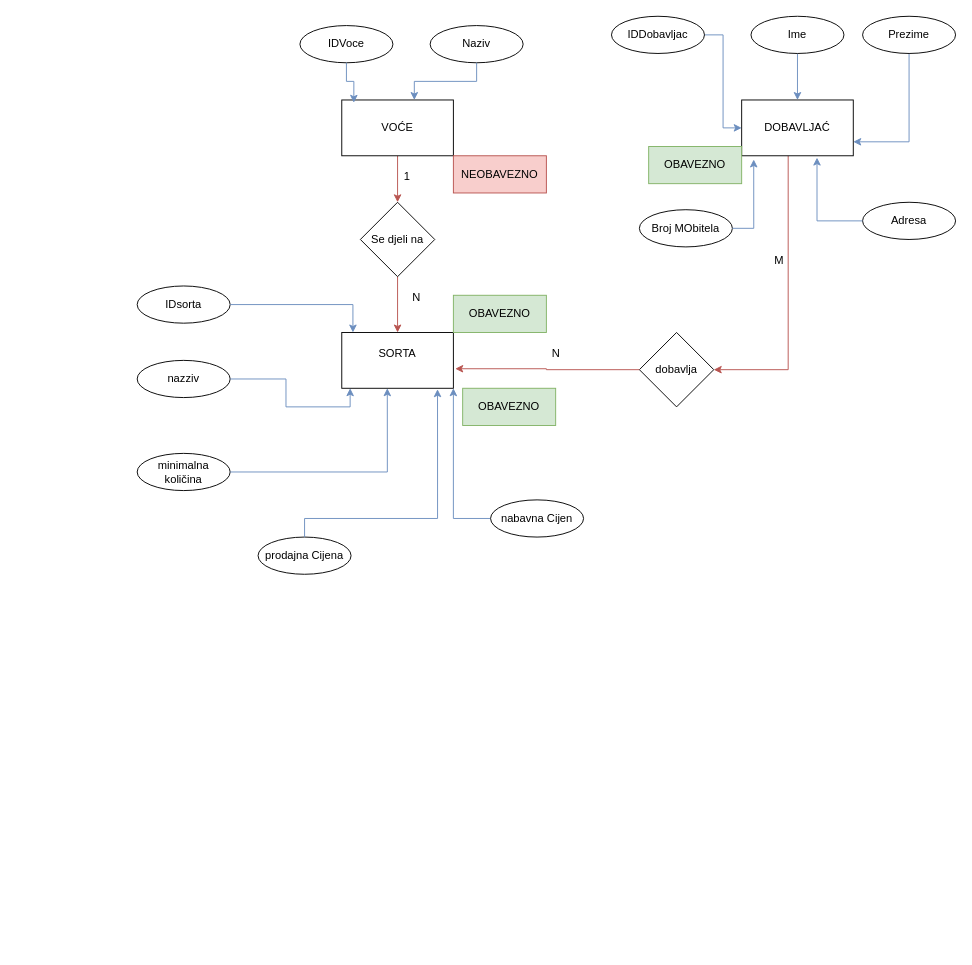
The draw.io diagram Untitled Diagram.drawio in 1v00v1/24.03, before the edit. Source tidied: cells renumbered, new cells numbered last; positions are measured from the earlier drawing's top-left corner, leaving out a move shared by most shapes. Both pictures are drawn from the tidied source at 93%, with x=0, y=0 at pixel (137, 16).
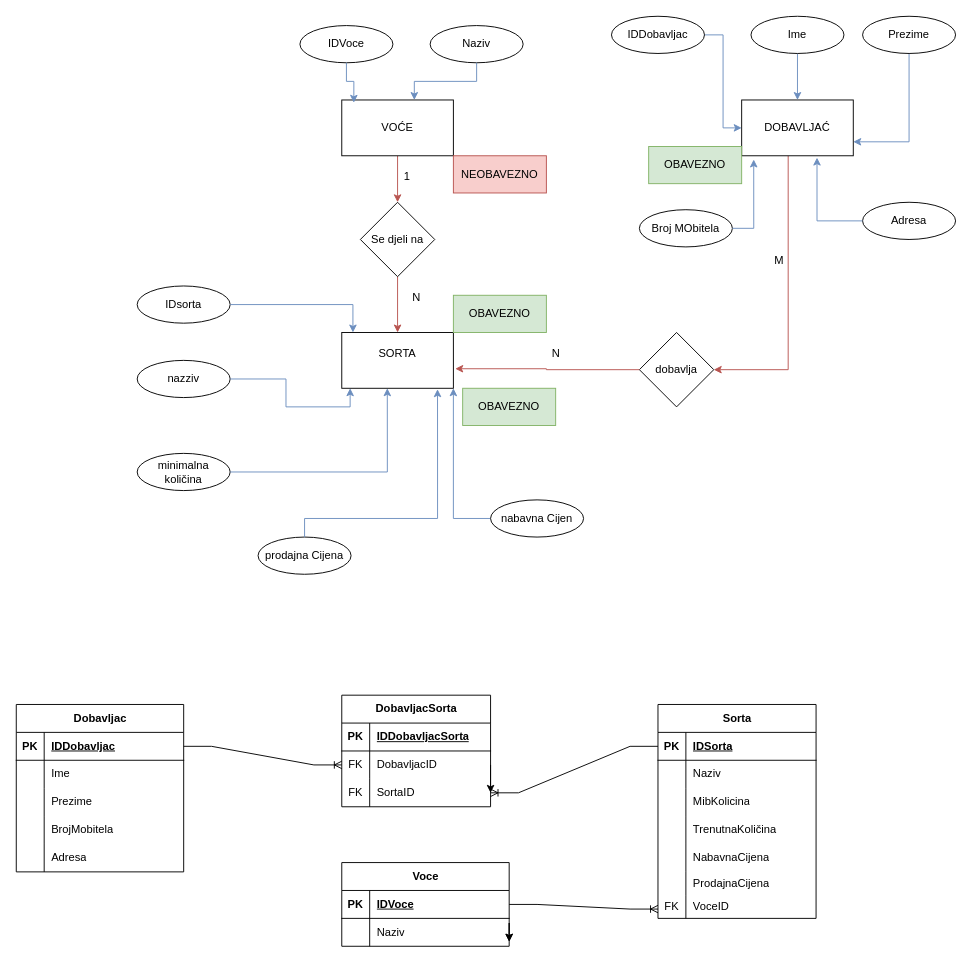
Above is the later version.

What changed in the source:
```diff
@@
+    <mxCell id="43" style="edgeStyle=orthogonalEdgeStyle;rounded=0;jettySize=auto;html=1;exitX=1;exitY=0.5;exitDx=0;exitDy=0;entryX=1;entryY=0.5;entryDx=0;entryDy=0;" parent="1" edge="1" source="95" target="98">
+      <mxGeometry relative="1" as="geometry" />
+    </mxCell>
@@
+    <mxCell id="44" value="Dobavljac" style="shape=table;startSize=30;childLayout=tableLayout;rowLines=0;fontStyle=1;align=center;html=1;" parent="1" vertex="1">
+      <mxGeometry x="-130" y="740" width="180" height="180" as="geometry" />
+    </mxCell>
+    <mxCell id="45" style="shape=tableRow;horizontal=0;startSize=0;swimlaneHead=0;swimlaneBody=0;fillColor=none;points=[[0,0.5],[1,0.5]];portConstraint=eastwest;top=0;left=0;right=0;bottom=1;" parent="44" vertex="1">
+      <mxGeometry y="30" width="180" height="30" as="geometry" />
+    </mxCell>
+    <mxCell id="46" value="PK" style="shape=partialRectangle;fillColor=none;top=0;left=0;bottom=0;right=0;fontStyle=1;overflow=hidden;whiteSpace=wrap;html=1;" parent="45" vertex="1">
+      <mxGeometry width="30" height="30" as="geometry" />
+    </mxCell>
+    <mxCell id="47" value="IDDobavljac" style="shape=partialRectangle;fillColor=none;top=0;left=0;bottom=0;right=0;align=left;spacingLeft=6;fontStyle=5;overflow=hidden;whiteSpace=wrap;html=1;" parent="45" vertex="1">
+      <mxGeometry x="30" width="150" height="30" as="geometry" />
+    </mxCell>
+    <mxCell id="48" style="shape=tableRow;horizontal=0;startSize=0;swimlaneHead=0;swimlaneBody=0;fillColor=none;top=0;left=0;right=0;bottom=0;" parent="44" vertex="1">
+      <mxGeometry y="60" width="180" height="30" as="geometry" />
+    </mxCell>
+    <mxCell id="49" style="shape=partialRectangle;fillColor=none;top=0;left=0;bottom=0;right=0;overflow=hidden;whiteSpace=wrap;html=1;" parent="48" vertex="1">
+      <mxGeometry width="30" height="30" as="geometry" />
+    </mxCell>
+    <mxCell id="50" value="&lt;div&gt;Ime&lt;/div&gt;" style="shape=partialRectangle;fillColor=none;top=0;left=0;bottom=0;right=0;align=left;spacingLeft=6;overflow=hidden;whiteSpace=wrap;html=1;" parent="48" vertex="1">
+      <mxGeometry x="30" width="150" height="30" as="geometry" />
+    </mxCell>
+    <mxCell id="51" style="shape=tableRow;horizontal=0;startSize=0;swimlaneHead=0;swimlaneBody=0;fillColor=none;top=0;left=0;right=0;bottom=0;" parent="44" vertex="1">
+      <mxGeometry y="90" width="180" height="30" as="geometry" />
+    </mxCell>
+    <mxCell id="52" style="shape=partialRectangle;fillColor=none;top=0;left=0;bottom=0;right=0;overflow=hidden;whiteSpace=wrap;html=1;" parent="51" vertex="1">
+      <mxGeometry width="30" height="30" as="geometry" />
+    </mxCell>
+    <mxCell id="53" value="Prezime" style="shape=partialRectangle;fillColor=none;top=0;left=0;bottom=0;right=0;align=left;spacingLeft=6;overflow=hidden;whiteSpace=wrap;html=1;" parent="51" vertex="1">
+      <mxGeometry x="30" width="150" height="30" as="geometry" />
+    </mxCell>
+    <mxCell id="54" style="shape=tableRow;horizontal=0;startSize=0;swimlaneHead=0;swimlaneBody=0;fillColor=none;top=0;left=0;right=0;bottom=0;" parent="44" vertex="1">
+      <mxGeometry y="120" width="180" height="30" as="geometry" />
+    </mxCell>
+    <mxCell id="55" style="shape=partialRectangle;fillColor=none;top=0;left=0;bottom=0;right=0;overflow=hidden;whiteSpace=wrap;html=1;" parent="54" vertex="1">
+      <mxGeometry width="30" height="30" as="geometry" />
+    </mxCell>
+    <mxCell id="56" value="BrojMobitela" style="shape=partialRectangle;fillColor=none;top=0;left=0;bottom=0;right=0;align=left;spacingLeft=6;overflow=hidden;whiteSpace=wrap;html=1;" parent="54" vertex="1">
+      <mxGeometry x="30" width="150" height="30" as="geometry" />
+    </mxCell>
+    <mxCell id="57" style="shape=tableRow;horizontal=0;startSize=0;swimlaneHead=0;swimlaneBody=0;fillColor=none;top=0;left=0;right=0;bottom=0;" parent="44" vertex="1">
+      <mxGeometry y="150" width="180" height="30" as="geometry" />
+    </mxCell>
+    <mxCell id="58" style="shape=partialRectangle;fillColor=none;top=0;left=0;bottom=0;right=0;overflow=hidden;whiteSpace=wrap;html=1;" parent="57" vertex="1">
+      <mxGeometry width="30" height="30" as="geometry" />
+    </mxCell>
+    <mxCell id="59" value="Adresa" style="shape=partialRectangle;fillColor=none;top=0;left=0;bottom=0;right=0;align=left;spacingLeft=6;overflow=hidden;whiteSpace=wrap;html=1;" parent="57" vertex="1">
+      <mxGeometry x="30" width="150" height="30" as="geometry" />
+    </mxCell>
+    <mxCell id="60" value="Sorta" style="shape=table;startSize=30;childLayout=tableLayout;rowLines=0;fontStyle=1;align=center;html=1;" parent="1" vertex="1">
+      <mxGeometry x="560" y="740" width="170" height="230" as="geometry" />
+    </mxCell>
+    <mxCell id="61" style="shape=tableRow;horizontal=0;startSize=0;swimlaneHead=0;swimlaneBody=0;fillColor=none;points=[[0,0.5],[1,0.5]];portConstraint=eastwest;top=0;left=0;right=0;bottom=1;" parent="60" vertex="1">
+      <mxGeometry y="30" width="170" height="30" as="geometry" />
+    </mxCell>
+    <mxCell id="62" value="PK" style="shape=partialRectangle;fillColor=none;top=0;left=0;bottom=0;right=0;fontStyle=1;overflow=hidden;whiteSpace=wrap;html=1;" parent="61" vertex="1">
+      <mxGeometry width="30" height="30" as="geometry" />
+    </mxCell>
+    <mxCell id="63" value="IDSorta" style="shape=partialRectangle;fillColor=none;top=0;left=0;bottom=0;right=0;align=left;spacingLeft=6;fontStyle=5;overflow=hidden;whiteSpace=wrap;html=1;" parent="61" vertex="1">
+      <mxGeometry x="30" width="140" height="30" as="geometry" />
+    </mxCell>
+    <mxCell id="64" style="shape=tableRow;horizontal=0;startSize=0;swimlaneHead=0;swimlaneBody=0;fillColor=none;top=0;left=0;right=0;bottom=0;" parent="60" vertex="1">
+      <mxGeometry y="60" width="170" height="30" as="geometry" />
+    </mxCell>
+    <mxCell id="65" style="shape=partialRectangle;fillColor=none;top=0;left=0;bottom=0;right=0;overflow=hidden;whiteSpace=wrap;html=1;" parent="64" vertex="1">
+      <mxGeometry width="30" height="30" as="geometry" />
+    </mxCell>
+    <mxCell id="66" value="Naziv" style="shape=partialRectangle;fillColor=none;top=0;left=0;bottom=0;right=0;align=left;spacingLeft=6;overflow=hidden;whiteSpace=wrap;html=1;" parent="64" vertex="1">
+      <mxGeometry x="30" width="140" height="30" as="geometry" />
+    </mxCell>
+    <mxCell id="67" style="shape=tableRow;horizontal=0;startSize=0;swimlaneHead=0;swimlaneBody=0;fillColor=none;top=0;left=0;right=0;bottom=0;" parent="60" vertex="1">
+      <mxGeometry y="90" width="170" height="30" as="geometry" />
+    </mxCell>
+    <mxCell id="68" style="shape=partialRectangle;fillColor=none;top=0;left=0;bottom=0;right=0;overflow=hidden;whiteSpace=wrap;html=1;" parent="67" vertex="1">
+      <mxGeometry width="30" height="30" as="geometry" />
+    </mxCell>
+    <mxCell id="69" value="MibKolicina" style="shape=partialRectangle;fillColor=none;top=0;left=0;bottom=0;right=0;align=left;spacingLeft=6;overflow=hidden;whiteSpace=wrap;html=1;" parent="67" vertex="1">
+      <mxGeometry x="30" width="140" height="30" as="geometry" />
+    </mxCell>
+    <mxCell id="70" style="shape=tableRow;horizontal=0;startSize=0;swimlaneHead=0;swimlaneBody=0;fillColor=none;top=0;left=0;right=0;bottom=0;" parent="60" vertex="1">
+      <mxGeometry y="120" width="170" height="30" as="geometry" />
+    </mxCell>
+    <mxCell id="71" style="shape=partialRectangle;fillColor=none;top=0;left=0;bottom=0;right=0;overflow=hidden;whiteSpace=wrap;html=1;" parent="70" vertex="1">
+      <mxGeometry width="30" height="30" as="geometry" />
+    </mxCell>
+    <mxCell id="72" value="TrenutnaKoličina" style="shape=partialRectangle;fillColor=none;top=0;left=0;bottom=0;right=0;align=left;spacingLeft=6;overflow=hidden;whiteSpace=wrap;html=1;" parent="70" vertex="1">
+      <mxGeometry x="30" width="140" height="30" as="geometry" />
+    </mxCell>
+    <mxCell id="73" style="shape=tableRow;horizontal=0;startSize=0;swimlaneHead=0;swimlaneBody=0;fillColor=none;top=0;left=0;right=0;bottom=0;" parent="60" vertex="1">
+      <mxGeometry y="150" width="170" height="30" as="geometry" />
+    </mxCell>
+    <mxCell id="74" style="shape=partialRectangle;fillColor=none;top=0;left=0;bottom=0;right=0;overflow=hidden;whiteSpace=wrap;html=1;" parent="73" vertex="1">
+      <mxGeometry width="30" height="30" as="geometry" />
+    </mxCell>
+    <mxCell id="75" value="NabavnaCijena" style="shape=partialRectangle;fillColor=none;top=0;left=0;bottom=0;right=0;align=left;spacingLeft=6;overflow=hidden;whiteSpace=wrap;html=1;" parent="73" vertex="1">
+      <mxGeometry x="30" width="140" height="30" as="geometry" />
+    </mxCell>
+    <mxCell id="76" style="shape=tableRow;horizontal=0;startSize=0;swimlaneHead=0;swimlaneBody=0;fillColor=none;top=0;left=0;right=0;bottom=0;" parent="60" vertex="1">
+      <mxGeometry y="180" width="170" height="25" as="geometry" />
+    </mxCell>
+    <mxCell id="77" style="shape=partialRectangle;fillColor=none;top=0;left=0;bottom=0;right=0;overflow=hidden;whiteSpace=wrap;html=1;" parent="76" vertex="1">
+      <mxGeometry width="30" height="25" as="geometry" />
+    </mxCell>
+    <mxCell id="78" value="ProdajnaCijena" style="shape=partialRectangle;fillColor=none;top=0;left=0;bottom=0;right=0;align=left;spacingLeft=6;overflow=hidden;whiteSpace=wrap;html=1;" parent="76" vertex="1">
+      <mxGeometry x="30" width="140" height="25" as="geometry" />
+    </mxCell>
+    <mxCell id="79" style="shape=tableRow;horizontal=0;startSize=0;swimlaneHead=0;swimlaneBody=0;fillColor=none;top=0;left=0;right=0;bottom=0;" parent="60" vertex="1">
+      <mxGeometry y="205" width="170" height="25" as="geometry" />
+    </mxCell>
+    <mxCell id="80" value="FK" style="shape=partialRectangle;fillColor=none;top=0;left=0;bottom=0;right=0;overflow=hidden;whiteSpace=wrap;html=1;" parent="79" vertex="1">
+      <mxGeometry width="30" height="25" as="geometry" />
+    </mxCell>
+    <mxCell id="81" value="VoceID" style="shape=partialRectangle;fillColor=none;top=0;left=0;bottom=0;right=0;align=left;spacingLeft=6;overflow=hidden;whiteSpace=wrap;html=1;" parent="79" vertex="1">
+      <mxGeometry x="30" width="140" height="25" as="geometry" />
+    </mxCell>
+    <mxCell id="82" value="Voce" style="shape=table;startSize=30;childLayout=tableLayout;rowLines=0;fontStyle=1;align=center;html=1;" parent="1" vertex="1">
+      <mxGeometry x="220" y="910" width="180" height="90" as="geometry" />
+    </mxCell>
+    <mxCell id="83" style="shape=tableRow;horizontal=0;startSize=0;swimlaneHead=0;swimlaneBody=0;fillColor=none;points=[[0,0.5],[1,0.5]];portConstraint=eastwest;top=0;left=0;right=0;bottom=1;" parent="82" vertex="1">
+      <mxGeometry y="30" width="180" height="30" as="geometry" />
+    </mxCell>
+    <mxCell id="84" value="PK" style="shape=partialRectangle;fillColor=none;top=0;left=0;bottom=0;right=0;fontStyle=1;overflow=hidden;whiteSpace=wrap;html=1;" parent="83" vertex="1">
+      <mxGeometry width="30" height="30" as="geometry" />
+    </mxCell>
+    <mxCell id="85" value="IDVoce" style="shape=partialRectangle;fillColor=none;top=0;left=0;bottom=0;right=0;align=left;spacingLeft=6;fontStyle=5;overflow=hidden;whiteSpace=wrap;html=1;" parent="83" vertex="1">
+      <mxGeometry x="30" width="150" height="30" as="geometry" />
+    </mxCell>
+    <mxCell id="86" style="shape=tableRow;horizontal=0;startSize=0;swimlaneHead=0;swimlaneBody=0;fillColor=none;top=0;left=0;right=0;bottom=0;" parent="82" vertex="1">
+      <mxGeometry y="60" width="180" height="30" as="geometry" />
+    </mxCell>
+    <mxCell id="87" style="shape=partialRectangle;fillColor=none;top=0;left=0;bottom=0;right=0;overflow=hidden;whiteSpace=wrap;html=1;" parent="86" vertex="1">
+      <mxGeometry width="30" height="30" as="geometry" />
+    </mxCell>
+    <mxCell id="88" value="Naziv" style="shape=partialRectangle;fillColor=none;top=0;left=0;bottom=0;right=0;align=left;spacingLeft=6;overflow=hidden;whiteSpace=wrap;html=1;" parent="86" vertex="1">
+      <mxGeometry x="30" width="150" height="30" as="geometry" />
+    </mxCell>
+    <mxCell id="89" style="edgeStyle=orthogonalEdgeStyle;rounded=0;orthogonalLoop=1;jettySize=auto;html=1;" parent="82" edge="1">
+      <mxGeometry relative="1" as="geometry">
+        <mxPoint x="180" y="65" as="sourcePoint" />
+        <mxPoint x="180" y="85" as="targetPoint" />
+      </mxGeometry>
+    </mxCell>
+    <mxCell id="90" style="edgeStyle=orthogonalEdgeStyle;rounded=0;orthogonalLoop=1;jettySize=auto;html=1;" parent="82" edge="1">
+      <mxGeometry relative="1" as="geometry">
+        <mxPoint x="180" y="65" as="sourcePoint" />
+        <mxPoint x="180" y="85" as="targetPoint" />
+      </mxGeometry>
+    </mxCell>
+    <mxCell id="91" value="DobavljacSorta" style="shape=table;startSize=30;childLayout=tableLayout;rowLines=0;fontStyle=1;align=center;html=1;" parent="1" vertex="1">
+      <mxGeometry x="220" y="730" width="160" height="120" as="geometry" />
+    </mxCell>
+    <mxCell id="92" style="shape=tableRow;horizontal=0;startSize=0;swimlaneHead=0;swimlaneBody=0;fillColor=none;top=0;left=0;right=0;bottom=1;" parent="91" vertex="1">
+      <mxGeometry y="30" width="160" height="30" as="geometry" />
+    </mxCell>
+    <mxCell id="93" value="PK" style="shape=partialRectangle;fillColor=none;top=0;left=0;bottom=0;right=0;fontStyle=1;overflow=hidden;whiteSpace=wrap;html=1;" parent="92" vertex="1">
+      <mxGeometry width="30" height="30" as="geometry" />
+    </mxCell>
+    <mxCell id="94" value="IDDobavljacSorta" style="shape=partialRectangle;fillColor=none;top=0;left=0;bottom=0;right=0;align=left;spacingLeft=6;fontStyle=5;overflow=hidden;whiteSpace=wrap;html=1;" parent="92" vertex="1">
+      <mxGeometry x="30" width="130" height="30" as="geometry" />
+    </mxCell>
+    <mxCell id="95" style="shape=tableRow;horizontal=0;startSize=0;swimlaneHead=0;swimlaneBody=0;fillColor=none;points=[[0,0.5],[1,0.5]];portConstraint=eastwest;top=0;left=0;right=0;bottom=0;" parent="91" vertex="1">
+      <mxGeometry y="60" width="160" height="30" as="geometry" />
+    </mxCell>
+    <mxCell id="96" value="FK" style="shape=partialRectangle;fillColor=none;top=0;left=0;bottom=0;right=0;overflow=hidden;whiteSpace=wrap;html=1;" parent="95" vertex="1">
+      <mxGeometry width="30" height="30" as="geometry" />
+    </mxCell>
+    <mxCell id="97" value="DobavljacID" style="shape=partialRectangle;fillColor=none;top=0;left=0;bottom=0;right=0;align=left;spacingLeft=6;overflow=hidden;whiteSpace=wrap;html=1;" parent="95" vertex="1">
+      <mxGeometry x="30" width="130" height="30" as="geometry" />
+    </mxCell>
+    <mxCell id="98" style="shape=tableRow;horizontal=0;startSize=0;swimlaneHead=0;swimlaneBody=0;fillColor=none;points=[[0,0.5],[1,0.5]];portConstraint=eastwest;top=0;left=0;right=0;bottom=0;" parent="91" vertex="1">
+      <mxGeometry y="90" width="160" height="30" as="geometry" />
+    </mxCell>
+    <mxCell id="99" value="FK" style="shape=partialRectangle;fillColor=none;top=0;left=0;bottom=0;right=0;overflow=hidden;whiteSpace=wrap;html=1;" parent="98" vertex="1">
+      <mxGeometry width="30" height="30" as="geometry" />
+    </mxCell>
+    <mxCell id="100" value="SortaID" style="shape=partialRectangle;fillColor=none;top=0;left=0;bottom=0;right=0;align=left;spacingLeft=6;overflow=hidden;whiteSpace=wrap;html=1;" parent="98" vertex="1">
+      <mxGeometry x="30" width="130" height="30" as="geometry" />
+    </mxCell>
+    <mxCell id="101" style="edgeStyle=entityRelationEdgeStyle;fontSize=12;html=1;endArrow=ERoneToMany;rounded=0;exitX=1;exitY=0.5;exitDx=0;exitDy=0;entryX=0;entryY=0.5;entryDx=0;entryDy=0;" parent="1" edge="1" source="45" target="95">
+      <mxGeometry relative="1" as="geometry" />
+    </mxCell>
+    <mxCell id="102" style="edgeStyle=entityRelationEdgeStyle;fontSize=12;html=1;endArrow=ERoneToMany;rounded=0;exitX=0;exitY=0.5;exitDx=0;exitDy=0;" parent="1" edge="1" source="61" target="98">
+      <mxGeometry relative="1" as="geometry" />
+    </mxCell>
+    <mxCell id="103" style="edgeStyle=entityRelationEdgeStyle;fontSize=12;html=1;endArrow=ERoneToMany;rounded=0;exitX=1;exitY=0.5;exitDx=0;exitDy=0;" parent="1" edge="1" source="83">
+      <mxGeometry relative="1" as="geometry">
+        <mxPoint x="560" y="960" as="targetPoint" />
+      </mxGeometry>
+    </mxCell>
```
